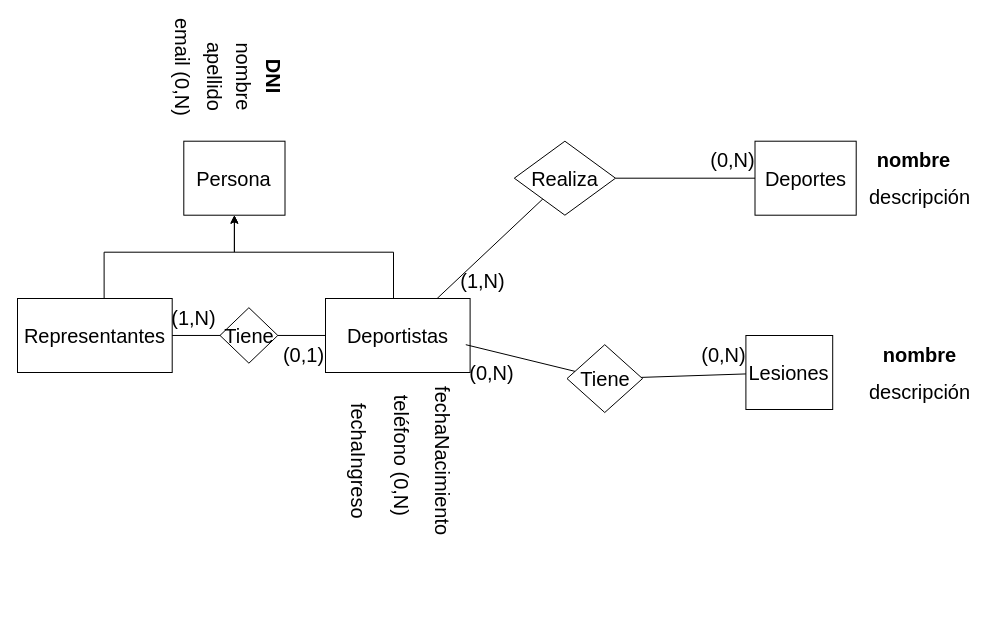
Before: Practica/Practica1/ejercicio06_P1.drawio in c97Ernesto/DisenioBasesDatos, a draw.io diagram. Source tidied: cells renumbered, new cells numbered last; positions are measured from the earlier drawing's top-left corner, leaving out a move shared by most shapes. Both pictures are drawn from the tidied source at 100%, with x=0, y=0 at pixel (17, 48).
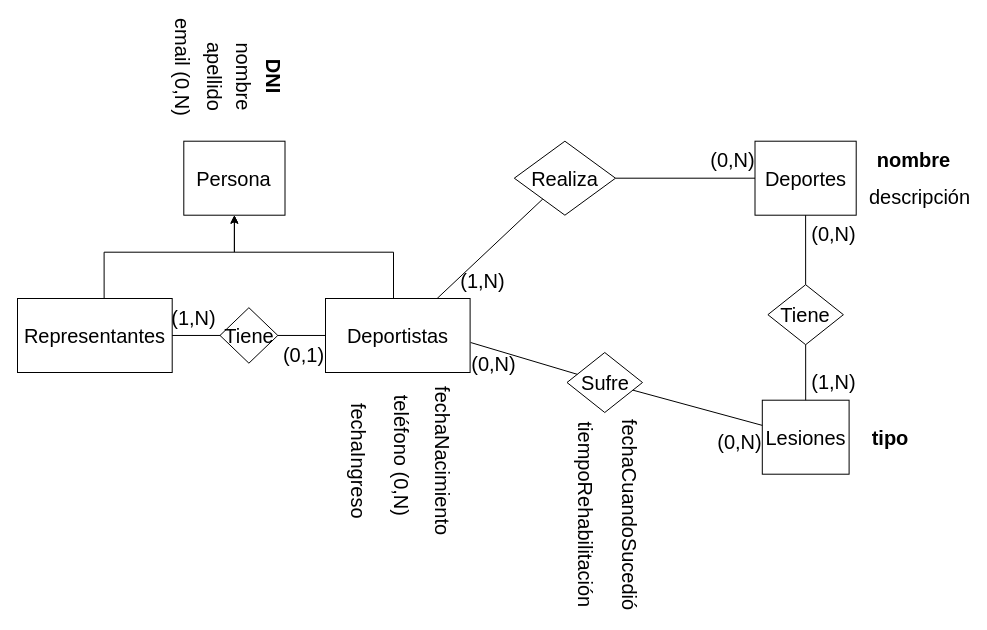
Above is the later version.

The change refers to these unchanged cells:
```xml
<mxCell id="3" value="Deportes" style="whiteSpace=wrap;html=1;align=center;fontSize=20;" parent="1" vertex="1">
  <mxGeometry x="737.5" y="92.7" width="101.2" height="74" as="geometry" />
</mxCell>
<mxCell id="14" value="Deportistas" style="whiteSpace=wrap;html=1;align=center;fontSize=20;" parent="1" vertex="1">
  <mxGeometry x="308" y="250" width="144.6" height="74" as="geometry" />
</mxCell>
```

The edit, as a diff of the source:
```diff
@@
     <mxCell id="24" value="Lesiones" style="whiteSpace=wrap;html=1;align=center;fontSize=20;" parent="1" vertex="1">
-      <mxGeometry x="728.4" y="287" width="86.8" height="74" as="geometry" />
+      <mxGeometry x="744.8" y="351.7" width="86.8" height="74" as="geometry" />
     </mxCell>
-    <mxCell id="25" value="Tiene" style="shape=rhombus;perimeter=rhombusPerimeter;whiteSpace=wrap;html=1;align=center;fontSize=20;" parent="1" vertex="1">
-      <mxGeometry x="549.5" y="296.2" width="75.5" height="67.8" as="geometry" />
+    <mxCell id="25" value="Sufre" style="shape=rhombus;perimeter=rhombusPerimeter;whiteSpace=wrap;html=1;align=center;fontSize=20;" parent="1" vertex="1">
+      <mxGeometry x="549.5" y="304" width="75.5" height="60" as="geometry" />
     </mxCell>
@@
-    <mxCell id="27" style="endArrow=none;html=1;rounded=0;fontSize=20;" parent="1" edge="1" target="25">
-      <mxGeometry relative="1" as="geometry">
-        <mxPoint x="448.3" y="296.2" as="sourcePoint" />
-      </mxGeometry>
+    <mxCell id="27" style="endArrow=none;html=1;rounded=0;fontSize=20;exitX=1.004;exitY=0.595;exitDx=0;exitDy=0;exitPerimeter=0;" parent="1" edge="1" source="14" target="25">
+      <mxGeometry relative="1" as="geometry" />
     </mxCell>
     <mxCell id="28" value="(0,N)" style="text;html=1;strokeColor=none;fillColor=none;align=center;verticalAlign=middle;whiteSpace=wrap;rounded=0;fontSize=20;" parent="1" vertex="1">
-      <mxGeometry x="452.6" y="305.5" width="43.4" height="37" as="geometry" />
+      <mxGeometry x="455.4" y="296.2" width="43.4" height="37" as="geometry" />
     </mxCell>
-    <mxCell id="29" value="&lt;b style=&quot;font-size: 20px;&quot;&gt;nombre&lt;/b&gt;" style="text;html=1;strokeColor=none;fillColor=none;align=center;verticalAlign=middle;whiteSpace=wrap;rounded=0;fontSize=20;" parent="1" vertex="1">
-      <mxGeometry x="858.5" y="287" width="86.8" height="37" as="geometry" />
+    <mxCell id="29" value="&lt;span style=&quot;font-size: 20px;&quot;&gt;&lt;b&gt;tipo&lt;/b&gt;&lt;/span&gt;" style="text;html=1;strokeColor=none;fillColor=none;align=center;verticalAlign=middle;whiteSpace=wrap;rounded=0;fontSize=20;" parent="1" vertex="1">
+      <mxGeometry x="845" y="374.5" width="56.2" height="28.5" as="geometry" />
     </mxCell>
-    <mxCell id="30" value="descripción" style="text;html=1;strokeColor=none;fillColor=none;align=center;verticalAlign=middle;whiteSpace=wrap;rounded=0;fontSize=20;" parent="1" vertex="1">
-      <mxGeometry x="858.5" y="324" width="86.8" height="37" as="geometry" />
-    </mxCell>
     <mxCell id="31" value="(0,N)" style="text;html=1;strokeColor=none;fillColor=none;align=center;verticalAlign=middle;whiteSpace=wrap;rounded=0;fontSize=20;" parent="1" vertex="1">
-      <mxGeometry x="685" y="287" width="43.4" height="37" as="geometry" />
+      <mxGeometry x="701.4" y="374.5" width="43.4" height="37" as="geometry" />
     </mxCell>
@@
+    <mxCell id="35" value="fechaCuandoSucedió" style="text;html=1;strokeColor=none;fillColor=none;align=center;verticalAlign=middle;whiteSpace=wrap;rounded=0;rotation=90;fontSize=20;" parent="1" vertex="1">
+      <mxGeometry x="515" y="447.8" width="195.5" height="37" as="geometry" />
+    </mxCell>
+    <mxCell id="36" value="tiempoRehabilitación" style="text;html=1;strokeColor=none;fillColor=none;align=center;verticalAlign=middle;whiteSpace=wrap;rounded=0;rotation=90;fontSize=20;" parent="1" vertex="1">
+      <mxGeometry x="473.9" y="447.8" width="189" height="37" as="geometry" />
+    </mxCell>
+    <mxCell id="37" style="endArrow=none;html=1;rounded=0;fontSize=20;" parent="1" edge="1" source="38" target="3">
+      <mxGeometry relative="1" as="geometry" />
+    </mxCell>
+    <mxCell id="38" value="Tiene" style="shape=rhombus;perimeter=rhombusPerimeter;whiteSpace=wrap;html=1;align=center;fontSize=20;" parent="1" vertex="1">
+      <mxGeometry x="750.4" y="236.2" width="75.5" height="60" as="geometry" />
+    </mxCell>
+    <mxCell id="39" style="endArrow=none;html=1;rounded=0;fontSize=20;" parent="1" edge="1" source="24" target="38">
+      <mxGeometry relative="1" as="geometry" />
+    </mxCell>
+    <mxCell id="40" value="(0,N)" style="text;html=1;strokeColor=none;fillColor=none;align=center;verticalAlign=middle;whiteSpace=wrap;rounded=0;fontSize=20;" parent="1" vertex="1">
+      <mxGeometry x="795.4" y="166.7" width="43.4" height="37" as="geometry" />
+    </mxCell>
+    <mxCell id="41" value="(1,N)" style="text;html=1;strokeColor=none;fillColor=none;align=center;verticalAlign=middle;whiteSpace=wrap;rounded=0;fontSize=20;" parent="1" vertex="1">
+      <mxGeometry x="795.4" y="314.7" width="43.4" height="37" as="geometry" />
+    </mxCell>
```
